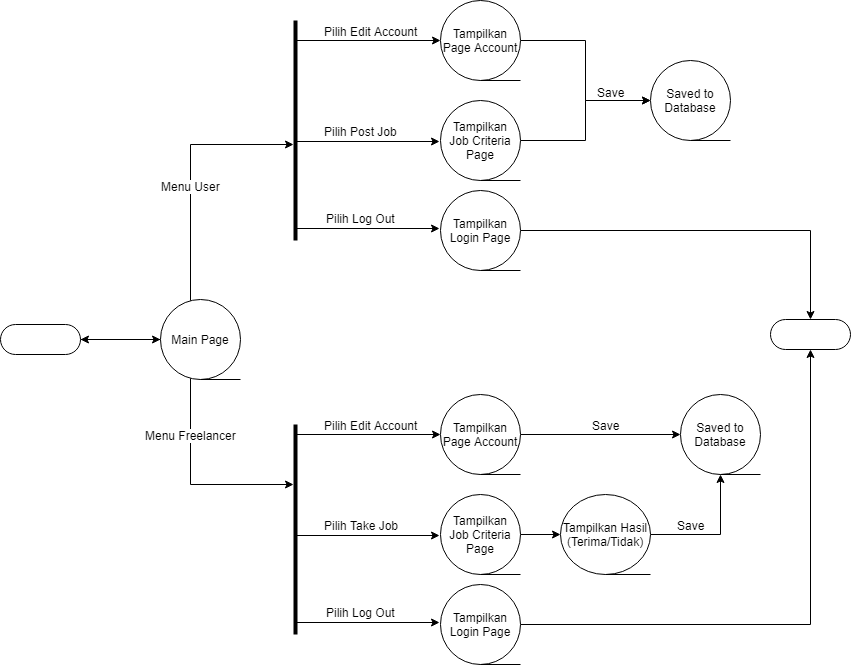
Above: StateDiagram.png in WeYaTa/Pemodelan-Berbasis-Objek (draw.io), before the change. Source tidied: cells renumbered, new cells last; positions are measured from the earlier drawing's top-left corner, leaving out a move shared by most shapes. Its diagram source:
```xml
<mxGraphModel>
  <root>
    <mxCell id="0" />
    <mxCell id="1" parent="0" />
    <mxCell id="2" style="edgeStyle=orthogonalEdgeStyle;rounded=0;jettySize=auto;html=1;" parent="1" edge="1" source="3">
      <mxGeometry relative="1" as="geometry">
        <mxPoint x="160" y="339" as="targetPoint" />
      </mxGeometry>
    </mxCell>
    <mxCell id="3" style="html=1;dashed=0;whitespace=wrap;shape=mxgraph.dfd.start;" parent="1" vertex="1">
      <mxGeometry y="324" width="80" height="30" as="geometry" />
    </mxCell>
    <mxCell id="4" style="edgeStyle=orthogonalEdgeStyle;rounded=0;jettySize=auto;html=1;" parent="1" edge="1" source="9" target="3">
      <mxGeometry relative="1" as="geometry" />
    </mxCell>
    <mxCell id="5" style="edgeStyle=orthogonalEdgeStyle;rounded=0;jettySize=auto;html=1;" parent="1" edge="1" source="9" target="12">
      <mxGeometry relative="1" as="geometry">
        <Array as="points">
          <mxPoint x="190" y="144" />
        </Array>
      </mxGeometry>
    </mxCell>
    <mxCell id="6" value="Menu User" style="text;html=1;align=center;verticalAlign=middle;labelBackgroundColor=#ffffff;" parent="5" vertex="1">
      <mxGeometry x="-0.2" y="1" relative="1" as="geometry">
        <mxPoint x="1" y="-11" as="offset" />
      </mxGeometry>
    </mxCell>
    <mxCell id="7" style="edgeStyle=orthogonalEdgeStyle;rounded=0;jettySize=auto;html=1;" parent="1" edge="1" source="9" target="13">
      <mxGeometry relative="1" as="geometry">
        <Array as="points">
          <mxPoint x="190" y="484" />
        </Array>
      </mxGeometry>
    </mxCell>
    <mxCell id="8" value="Menu Freelancer" style="text;html=1;align=center;verticalAlign=middle;labelBackgroundColor=#ffffff;" parent="7" vertex="1">
      <mxGeometry x="-0.25" y="-2" relative="1" as="geometry">
        <mxPoint x="2" y="-21.5" as="offset" />
      </mxGeometry>
    </mxCell>
    <mxCell id="9" value="Main Page" style="shape=tapeData;whiteSpace=wrap;html=1;perimeter=ellipsePerimeter;" parent="1" vertex="1">
      <mxGeometry x="160" y="299" width="80" height="80" as="geometry" />
    </mxCell>
    <mxCell id="10" style="edgeStyle=orthogonalEdgeStyle;rounded=0;orthogonalLoop=1;jettySize=auto;html=1;" parent="1" edge="1">
      <mxGeometry relative="1" as="geometry">
        <mxPoint x="295" y="141" as="sourcePoint" />
        <mxPoint x="439" y="141" as="targetPoint" />
      </mxGeometry>
    </mxCell>
    <mxCell id="11" value="Pilih Post Job" style="text;html=1;align=center;verticalAlign=middle;labelBackgroundColor=#ffffff;" parent="10" vertex="1">
      <mxGeometry x="0.22" y="1" relative="1" as="geometry">
        <mxPoint x="-23" y="-10" as="offset" />
      </mxGeometry>
    </mxCell>
    <mxCell id="12" style="line;strokeWidth=4;direction=south;html=1;perimeter=backbonePerimeter;points=[];outlineConnect=0;" parent="1" vertex="1">
      <mxGeometry x="290" y="20" width="10" height="220" as="geometry" />
    </mxCell>
    <mxCell id="13" style="line;strokeWidth=4;direction=south;html=1;perimeter=backbonePerimeter;points=[];outlineConnect=0;" parent="1" vertex="1">
      <mxGeometry x="290" y="424" width="10" height="210" as="geometry" />
    </mxCell>
    <mxCell id="14" style="endArrow=classic;html=1;" parent="1" edge="1" source="12">
      <mxGeometry relative="1" as="geometry">
        <mxPoint x="440" y="40" as="targetPoint" />
      </mxGeometry>
    </mxCell>
    <mxCell id="15" value="Pilih Edit Account" style="text;html=1;align=center;verticalAlign=middle;labelBackgroundColor=#ffffff;" parent="14" vertex="1">
      <mxGeometry x="0.31" y="-1" relative="1" as="geometry">
        <mxPoint x="-20" y="-11" as="offset" />
      </mxGeometry>
    </mxCell>
    <mxCell id="16" style="edgeStyle=orthogonalEdgeStyle;rounded=0;jettySize=auto;html=1;" parent="1" edge="1" source="18" target="19">
      <mxGeometry relative="1" as="geometry" />
    </mxCell>
    <mxCell id="17" value="Save" style="text;html=1;align=center;verticalAlign=middle;labelBackgroundColor=#ffffff;" parent="16" vertex="1">
      <mxGeometry x="0.11" y="2" relative="1" as="geometry">
        <mxPoint x="23" y="10" as="offset" />
      </mxGeometry>
    </mxCell>
    <mxCell id="18" value="Tampilkan Page Account" style="shape=tapeData;whiteSpace=wrap;html=1;perimeter=ellipsePerimeter;" parent="1" vertex="1">
      <mxGeometry x="440" width="80" height="80" as="geometry" />
    </mxCell>
    <mxCell id="19" value="Saved to Database" style="shape=tapeData;whiteSpace=wrap;html=1;perimeter=ellipsePerimeter;" parent="1" vertex="1">
      <mxGeometry x="650" y="60" width="80" height="80" as="geometry" />
    </mxCell>
    <mxCell id="20" style="edgeStyle=orthogonalEdgeStyle;rounded=0;jettySize=auto;html=1;" parent="1" edge="1" source="21" target="19">
      <mxGeometry relative="1" as="geometry" />
    </mxCell>
    <mxCell id="21" value="Tampilkan Job Criteria Page" style="shape=tapeData;whiteSpace=wrap;html=1;perimeter=ellipsePerimeter;" parent="1" vertex="1">
      <mxGeometry x="440" y="100" width="80" height="80" as="geometry" />
    </mxCell>
    <mxCell id="22" style="edgeStyle=orthogonalEdgeStyle;rounded=0;orthogonalLoop=1;jettySize=auto;html=1;" parent="1" edge="1">
      <mxGeometry relative="1" as="geometry">
        <mxPoint x="295" y="228" as="sourcePoint" />
        <mxPoint x="439" y="228" as="targetPoint" />
      </mxGeometry>
    </mxCell>
    <mxCell id="23" value="Pilih Log Out" style="text;html=1;align=center;verticalAlign=middle;labelBackgroundColor=#ffffff;" parent="22" vertex="1">
      <mxGeometry x="0.22" y="1" relative="1" as="geometry">
        <mxPoint x="-23" y="-10" as="offset" />
      </mxGeometry>
    </mxCell>
    <mxCell id="24" style="edgeStyle=orthogonalEdgeStyle;rounded=0;jettySize=auto;html=1;" parent="1" edge="1" source="25" target="43">
      <mxGeometry relative="1" as="geometry" />
    </mxCell>
    <mxCell id="25" value="Tampilkan Login Page" style="shape=tapeData;whiteSpace=wrap;html=1;perimeter=ellipsePerimeter;" parent="1" vertex="1">
      <mxGeometry x="440" y="190" width="80" height="80" as="geometry" />
    </mxCell>
    <mxCell id="26" style="edgeStyle=orthogonalEdgeStyle;rounded=0;orthogonalLoop=1;jettySize=auto;html=1;" parent="1" edge="1">
      <mxGeometry relative="1" as="geometry">
        <mxPoint x="295" y="535" as="sourcePoint" />
        <mxPoint x="439" y="535" as="targetPoint" />
      </mxGeometry>
    </mxCell>
    <mxCell id="27" value="Pilih Take Job" style="text;html=1;align=center;verticalAlign=middle;labelBackgroundColor=#ffffff;" parent="26" vertex="1">
      <mxGeometry x="0.22" y="1" relative="1" as="geometry">
        <mxPoint x="-23" y="-10" as="offset" />
      </mxGeometry>
    </mxCell>
    <mxCell id="28" style="endArrow=classic;html=1;" parent="1" edge="1">
      <mxGeometry relative="1" as="geometry">
        <mxPoint x="296" y="434" as="sourcePoint" />
        <mxPoint x="440" y="434" as="targetPoint" />
      </mxGeometry>
    </mxCell>
    <mxCell id="29" value="Pilih Edit Account" style="text;html=1;align=center;verticalAlign=middle;labelBackgroundColor=#ffffff;" parent="28" vertex="1">
      <mxGeometry x="0.31" y="-1" relative="1" as="geometry">
        <mxPoint x="-20" y="-11" as="offset" />
      </mxGeometry>
    </mxCell>
    <mxCell id="30" style="edgeStyle=orthogonalEdgeStyle;rounded=0;jettySize=auto;html=1;" parent="1" edge="1" source="32" target="33">
      <mxGeometry relative="1" as="geometry" />
    </mxCell>
    <mxCell id="31" value="Save" style="text;html=1;align=center;verticalAlign=middle;labelBackgroundColor=#ffffff;" parent="30" vertex="1">
      <mxGeometry x="0.11" y="2" relative="1" as="geometry">
        <mxPoint x="-4" y="-8" as="offset" />
      </mxGeometry>
    </mxCell>
    <mxCell id="32" value="Tampilkan Page Account" style="shape=tapeData;whiteSpace=wrap;html=1;perimeter=ellipsePerimeter;" parent="1" vertex="1">
      <mxGeometry x="440" y="394" width="80" height="80" as="geometry" />
    </mxCell>
    <mxCell id="33" value="Saved to Database" style="shape=tapeData;whiteSpace=wrap;html=1;perimeter=ellipsePerimeter;" parent="1" vertex="1">
      <mxGeometry x="680" y="394" width="80" height="80" as="geometry" />
    </mxCell>
    <mxCell id="34" style="edgeStyle=orthogonalEdgeStyle;rounded=0;jettySize=auto;html=1;" parent="1" edge="1" source="35" target="38">
      <mxGeometry relative="1" as="geometry" />
    </mxCell>
    <mxCell id="35" value="Tampilkan Job Criteria Page" style="shape=tapeData;whiteSpace=wrap;html=1;perimeter=ellipsePerimeter;" parent="1" vertex="1">
      <mxGeometry x="440" y="494" width="80" height="80" as="geometry" />
    </mxCell>
    <mxCell id="36" style="edgeStyle=orthogonalEdgeStyle;rounded=0;jettySize=auto;html=1;entryX=0.5;entryY=1;entryDx=0;entryDy=0;" parent="1" edge="1" source="38" target="33">
      <mxGeometry relative="1" as="geometry" />
    </mxCell>
    <mxCell id="37" value="Save" style="text;html=1;align=center;verticalAlign=middle;labelBackgroundColor=#ffffff;" parent="36" vertex="1">
      <mxGeometry x="-0.23" relative="1" as="geometry">
        <mxPoint x="-10" y="-10" as="offset" />
      </mxGeometry>
    </mxCell>
    <mxCell id="38" value="Tampilkan Hasil (Terima/Tidak)" style="shape=tapeData;whiteSpace=wrap;html=1;perimeter=ellipsePerimeter;" parent="1" vertex="1">
      <mxGeometry x="560" y="494" width="90" height="80" as="geometry" />
    </mxCell>
    <mxCell id="39" style="edgeStyle=orthogonalEdgeStyle;rounded=0;orthogonalLoop=1;jettySize=auto;html=1;" parent="1" edge="1">
      <mxGeometry relative="1" as="geometry">
        <mxPoint x="295" y="622" as="sourcePoint" />
        <mxPoint x="439" y="622" as="targetPoint" />
      </mxGeometry>
    </mxCell>
    <mxCell id="40" value="Pilih Log Out" style="text;html=1;align=center;verticalAlign=middle;labelBackgroundColor=#ffffff;" parent="39" vertex="1">
      <mxGeometry x="0.22" y="1" relative="1" as="geometry">
        <mxPoint x="-23" y="-10" as="offset" />
      </mxGeometry>
    </mxCell>
    <mxCell id="41" style="edgeStyle=orthogonalEdgeStyle;rounded=0;jettySize=auto;html=1;entryX=0.5;entryY=0.5;entryDx=0;entryDy=15;entryPerimeter=0;" parent="1" edge="1" source="42" target="43">
      <mxGeometry relative="1" as="geometry" />
    </mxCell>
    <mxCell id="42" value="Tampilkan Login Page" style="shape=tapeData;whiteSpace=wrap;html=1;perimeter=ellipsePerimeter;" parent="1" vertex="1">
      <mxGeometry x="440" y="584" width="80" height="80" as="geometry" />
    </mxCell>
    <mxCell id="43" style="html=1;dashed=0;whitespace=wrap;shape=mxgraph.dfd.start;" parent="1" vertex="1">
      <mxGeometry x="770" y="319" width="80" height="30" as="geometry" />
    </mxCell>
  </root>
</mxGraphModel>
```
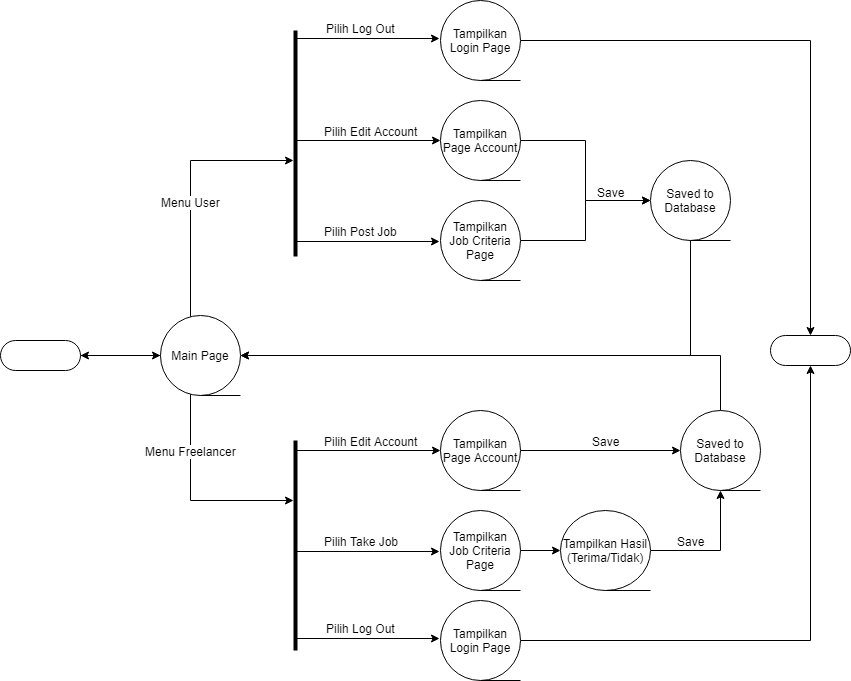
Above is the later version.

Commit message:
Sequence State Activity done

What changed in the source:
```diff
@@ -42,8 +42,8 @@
     </mxCell>
     <mxCell id="10" style="edgeStyle=orthogonalEdgeStyle;rounded=0;orthogonalLoop=1;jettySize=auto;html=1;" parent="1" edge="1">
       <mxGeometry relative="1" as="geometry">
-        <mxPoint x="295" y="141" as="sourcePoint" />
-        <mxPoint x="439" y="141" as="targetPoint" />
+        <mxPoint x="295" y="225" as="sourcePoint" />
+        <mxPoint x="439" y="225" as="targetPoint" />
       </mxGeometry>
     </mxCell>
     <mxCell id="11" value="Pilih Post Job" style="text;html=1;align=center;verticalAlign=middle;labelBackgroundColor=#ffffff;" parent="10" vertex="1">
@@ -52,14 +52,15 @@
       </mxGeometry>
     </mxCell>
     <mxCell id="12" style="line;strokeWidth=4;direction=south;html=1;perimeter=backbonePerimeter;points=[];outlineConnect=0;" parent="1" vertex="1">
-      <mxGeometry x="290" y="20" width="10" height="220" as="geometry" />
+      <mxGeometry x="290" y="14" width="10" height="226" as="geometry" />
     </mxCell>
     <mxCell id="13" style="line;strokeWidth=4;direction=south;html=1;perimeter=backbonePerimeter;points=[];outlineConnect=0;" parent="1" vertex="1">
       <mxGeometry x="290" y="424" width="10" height="210" as="geometry" />
     </mxCell>
-    <mxCell id="14" style="endArrow=classic;html=1;" parent="1" edge="1" source="12">
+    <mxCell id="14" style="endArrow=classic;html=1;" parent="1" edge="1">
       <mxGeometry relative="1" as="geometry">
-        <mxPoint x="440" y="40" as="targetPoint" />
+        <mxPoint x="296" y="124" as="sourcePoint" />
+        <mxPoint x="440" y="124" as="targetPoint" />
       </mxGeometry>
     </mxCell>
     <mxCell id="15" value="Pilih Edit Account" style="text;html=1;align=center;verticalAlign=middle;labelBackgroundColor=#ffffff;" parent="14" vertex="1">
@@ -76,21 +77,28 @@
       </mxGeometry>
     </mxCell>
     <mxCell id="18" value="Tampilkan Page Account" style="shape=tapeData;whiteSpace=wrap;html=1;perimeter=ellipsePerimeter;" parent="1" vertex="1">
-      <mxGeometry x="440" width="80" height="80" as="geometry" />
+      <mxGeometry x="440" y="84" width="80" height="80" as="geometry" />
     </mxCell>
+    <mxCell id="44" style="edgeStyle=orthogonalEdgeStyle;rounded=0;jettySize=auto;html=1;entryX=1;entryY=0.5;entryDx=0;entryDy=0;" parent="1" edge="1" source="19" target="9">
+      <mxGeometry relative="1" as="geometry">
+        <Array as="points">
+          <mxPoint x="690" y="339" />
+        </Array>
+      </mxGeometry>
+    </mxCell>
     <mxCell id="19" value="Saved to Database" style="shape=tapeData;whiteSpace=wrap;html=1;perimeter=ellipsePerimeter;" parent="1" vertex="1">
-      <mxGeometry x="650" y="60" width="80" height="80" as="geometry" />
+      <mxGeometry x="650" y="144" width="80" height="80" as="geometry" />
     </mxCell>
     <mxCell id="20" style="edgeStyle=orthogonalEdgeStyle;rounded=0;jettySize=auto;html=1;" parent="1" edge="1" source="21" target="19">
       <mxGeometry relative="1" as="geometry" />
     </mxCell>
     <mxCell id="21" value="Tampilkan Job Criteria Page" style="shape=tapeData;whiteSpace=wrap;html=1;perimeter=ellipsePerimeter;" parent="1" vertex="1">
-      <mxGeometry x="440" y="100" width="80" height="80" as="geometry" />
+      <mxGeometry x="440" y="184" width="80" height="80" as="geometry" />
     </mxCell>
     <mxCell id="22" style="edgeStyle=orthogonalEdgeStyle;rounded=0;orthogonalLoop=1;jettySize=auto;html=1;" parent="1" edge="1">
       <mxGeometry relative="1" as="geometry">
-        <mxPoint x="295" y="228" as="sourcePoint" />
-        <mxPoint x="439" y="228" as="targetPoint" />
+        <mxPoint x="295" y="22" as="sourcePoint" />
+        <mxPoint x="439" y="22" as="targetPoint" />
       </mxGeometry>
     </mxCell>
     <mxCell id="23" value="Pilih Log Out" style="text;html=1;align=center;verticalAlign=middle;labelBackgroundColor=#ffffff;" parent="22" vertex="1">
@@ -102,7 +110,7 @@
       <mxGeometry relative="1" as="geometry" />
     </mxCell>
     <mxCell id="25" value="Tampilkan Login Page" style="shape=tapeData;whiteSpace=wrap;html=1;perimeter=ellipsePerimeter;" parent="1" vertex="1">
-      <mxGeometry x="440" y="190" width="80" height="80" as="geometry" />
+      <mxGeometry x="440" y="-16" width="80" height="80" as="geometry" />
     </mxCell>
     <mxCell id="26" style="edgeStyle=orthogonalEdgeStyle;rounded=0;orthogonalLoop=1;jettySize=auto;html=1;" parent="1" edge="1">
       <mxGeometry relative="1" as="geometry">
@@ -137,6 +145,13 @@
     <mxCell id="32" value="Tampilkan Page Account" style="shape=tapeData;whiteSpace=wrap;html=1;perimeter=ellipsePerimeter;" parent="1" vertex="1">
       <mxGeometry x="440" y="394" width="80" height="80" as="geometry" />
     </mxCell>
+    <mxCell id="45" style="edgeStyle=orthogonalEdgeStyle;rounded=0;jettySize=auto;html=1;entryX=1;entryY=0.5;entryDx=0;entryDy=0;" parent="1" edge="1" source="33" target="9">
+      <mxGeometry relative="1" as="geometry">
+        <Array as="points">
+          <mxPoint x="720" y="339" />
+        </Array>
+      </mxGeometry>
+    </mxCell>
     <mxCell id="33" value="Saved to Database" style="shape=tapeData;whiteSpace=wrap;html=1;perimeter=ellipsePerimeter;" parent="1" vertex="1">
       <mxGeometry x="680" y="394" width="80" height="80" as="geometry" />
     </mxCell>
```
